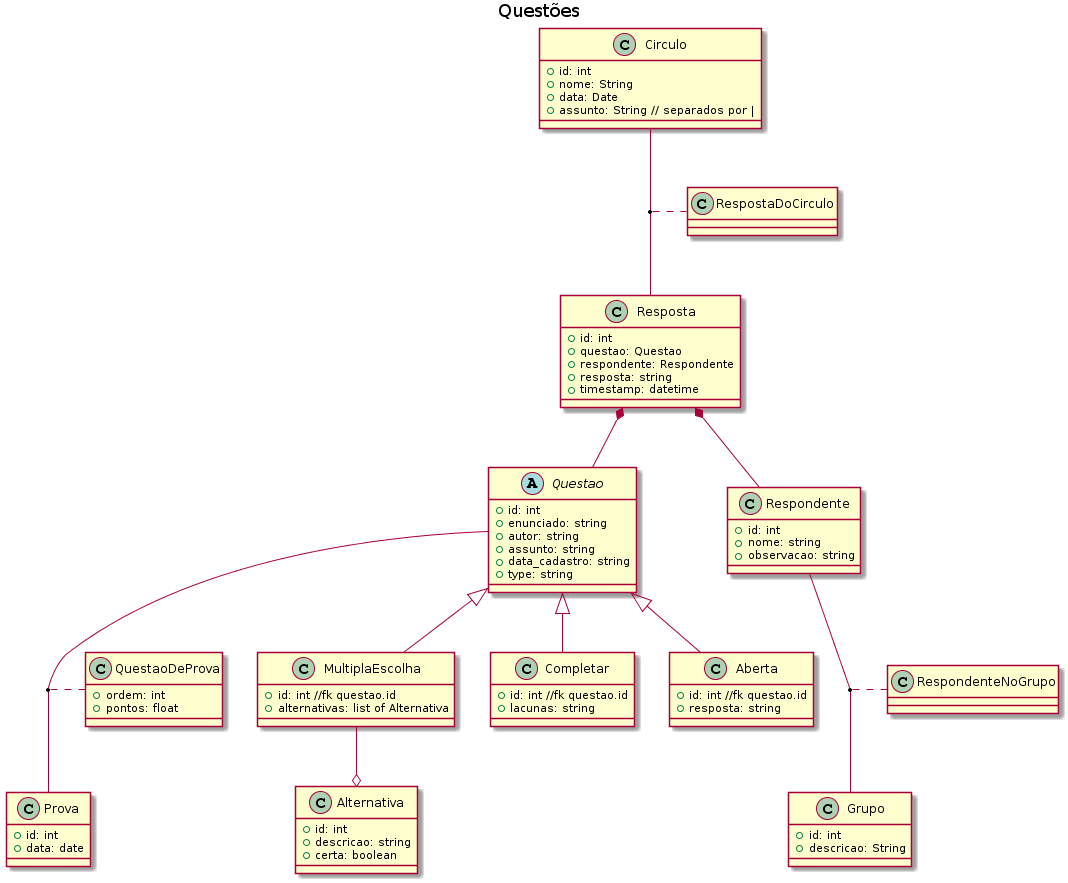
hvescovi/serena keeps this PlantUML diagram as classes-questoes.png. Above is the earlier version. The source it was exported from:
```plantuml
@startuml
title Questões


abstract class Questao {
  +id: int
  +enunciado: string
  +autor: string
  +assunto: string
  +data_cadastro: string
  +type: string

}

class Alternativa {
  +id: int
  +descricao: string
  +certa: boolean
}

class MultiplaEscolha {
  +id: int //fk questao.id
  +alternativas: list of Alternativa
}

class Completar {
  +id: int //fk questao.id
  +lacunas: string
}

class Aberta {
  +id: int //fk questao.id
  +resposta: string
}

class QuestaoDeProva {
  +ordem: int
  +pontos: float
}

class Prova {
  +id: int
  +data: date
}

class Respondente {
  +id: int
  +nome: string
  +observacao: string
}

class Resposta {
  +id: int
  +questao: Questao
  +respondente: Respondente
  +resposta: string
  +timestamp: datetime
}

class Circulo {
  +id: int
  +nome: String
  +data: Date
  +assunto: String // separados por |
}

class RespostaDoCirculo {
}

class Grupo {
  +id: int
  +descricao: String
}

class RespondenteNoGrupo {
}


(Questao,Prova) .. QuestaoDeProva
Questao <|-- MultiplaEscolha
Questao <|-- Completar
Questao <|-- Aberta
MultiplaEscolha --o Alternativa
Resposta *-- Respondente
Resposta *-- Questao
(Circulo,Resposta) .. RespostaDoCirculo
(Respondente,Grupo) .. RespondenteNoGrupo


@enduml
```
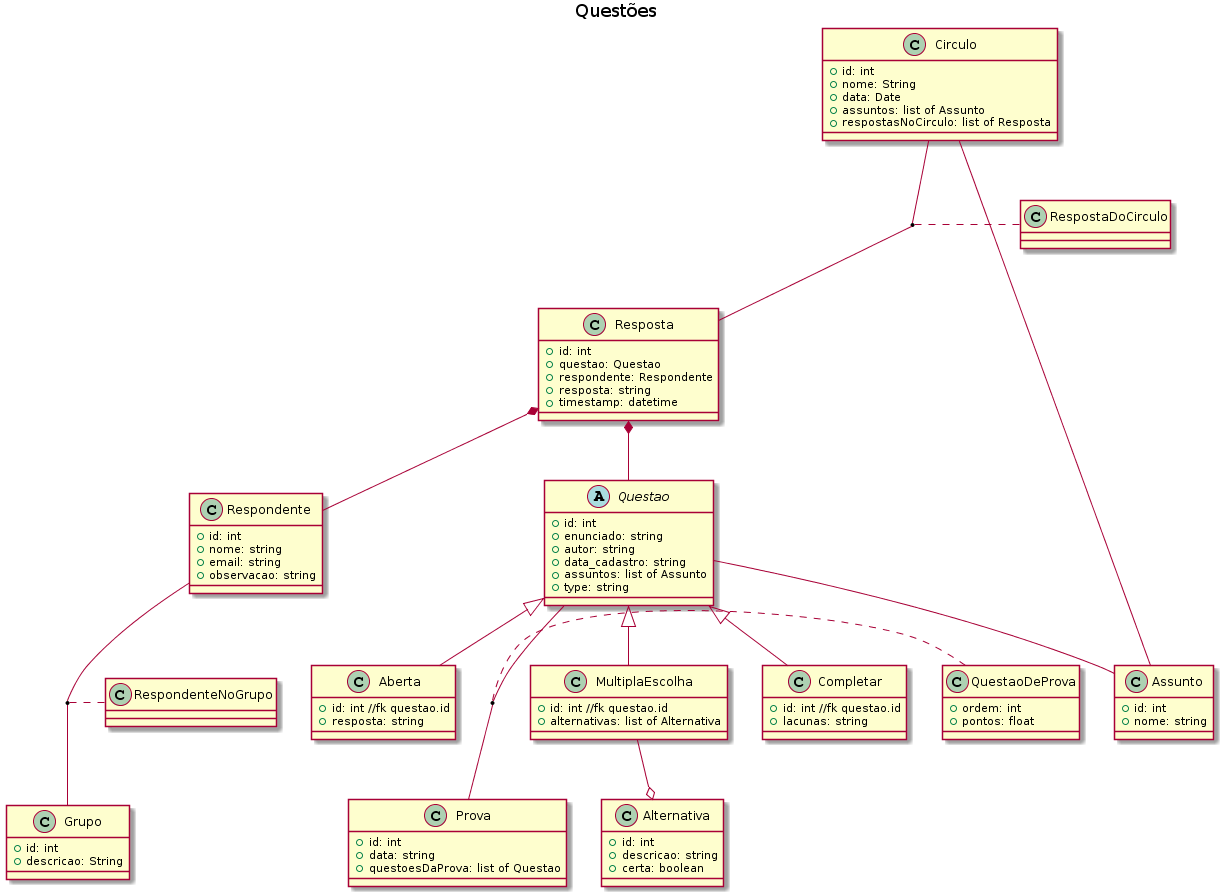
After the commit.

Commit message:
novo diagrama de classes; ajustes no círculo

Diff of the diagram source:
```diff
@@ -6,8 +6,8 @@
   +id: int
   +enunciado: string
   +autor: string
-  +assunto: string
   +data_cadastro: string
+  +assuntos: list of Assunto
   +type: string
 
 }
@@ -16,6 +16,11 @@
   +id: int
   +descricao: string
   +certa: boolean
+}
+
+class Assunto {
+  +id: int
+  +nome: string
 }
 
 class MultiplaEscolha {
@@ -40,12 +45,14 @@
 
 class Prova {
   +id: int
-  +data: date
+  +data: string
+  +questoesDaProva: list of Questao
 }
 
 class Respondente {
   +id: int
   +nome: string
+  +email: string
   +observacao: string
 }
 
@@ -61,7 +68,8 @@
   +id: int
   +nome: String
   +data: Date
-  +assunto: String // separados por |
+  +assuntos: list of Assunto
+  +respostasNoCirculo: list of Resposta
 }
 
 class RespostaDoCirculo {
@@ -77,14 +85,16 @@
 
 
 (Questao,Prova) .. QuestaoDeProva
-Questao <|-- MultiplaEscolha
-Questao <|-- Completar
-Questao <|-- Aberta
+Questao <|-down- MultiplaEscolha
+Questao <|-down- Completar
+Questao <|-down- Aberta
 MultiplaEscolha --o Alternativa
 Resposta *-- Respondente
 Resposta *-- Questao
 (Circulo,Resposta) .. RespostaDoCirculo
 (Respondente,Grupo) .. RespondenteNoGrupo
+Circulo -- Assunto
+Questao -- Assunto
 
 
 @enduml
```
